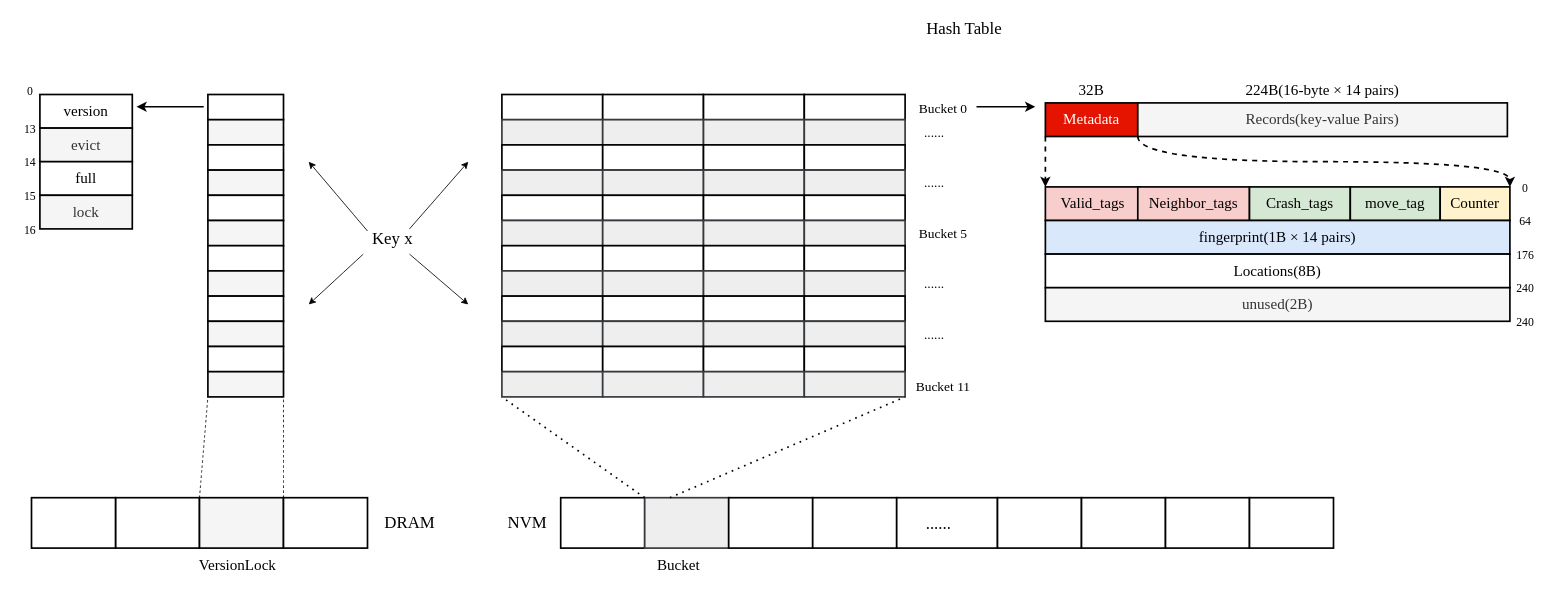
Earlier version of the draw.io diagram page "整体方案设计" (3 of 5) of drawio/overall.drawio (HustDsy/Picture). Source tidied: cells renumbered, new cells numbered last; positions are measured from the earlier drawing's top-left corner, leaving out a move shared by most shapes. Both pictures are drawn from the tidied source at 84%, with x=0, y=0 at pixel (14, 14).
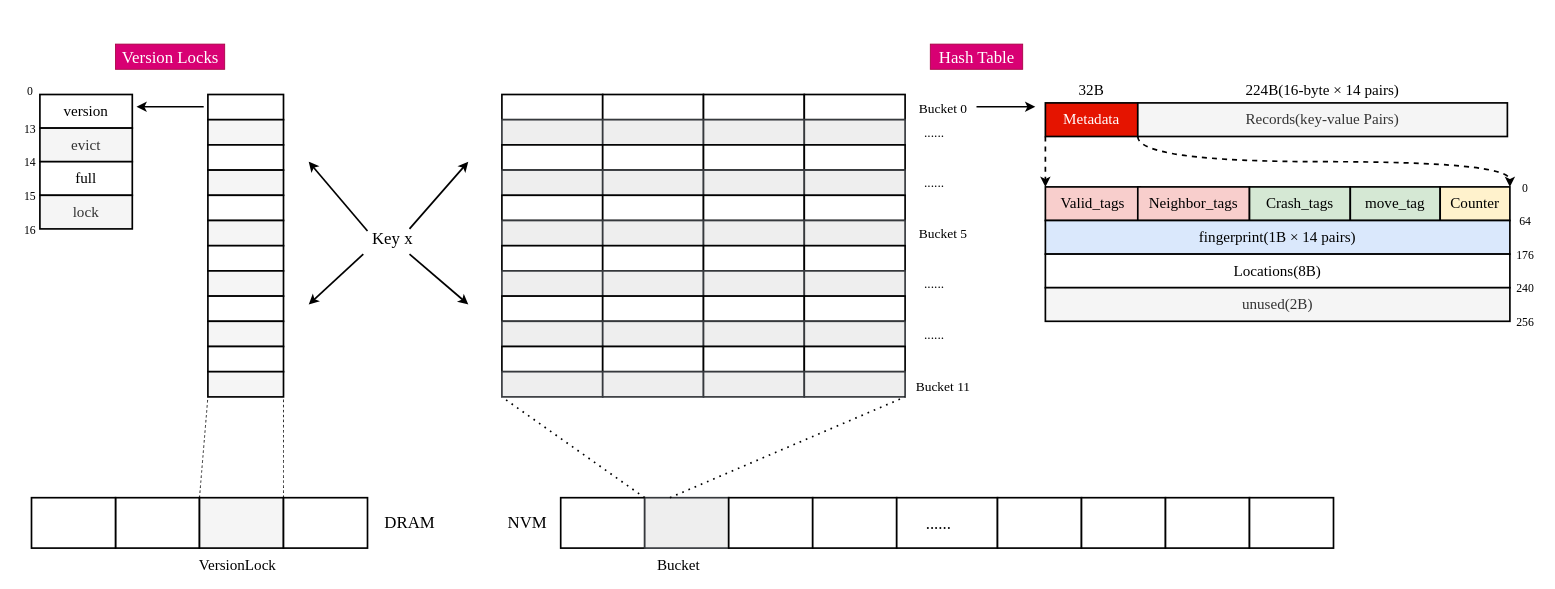
The same diagram, later.

Unchanged cells that the change refers to:
```xml
<mxCell id="86" value="Key x" style="text;html=1;strokeColor=none;fillColor=none;align=center;verticalAlign=middle;whiteSpace=wrap;rounded=0;fontFamily=Times New Roman;fontSize=20;" parent="1" vertex="1">
  <mxGeometry x="420" y="250" width="60" height="30" as="geometry" />
</mxCell>
```

Change to the diagram source:
```diff
@@
-    <mxCell id="85" value="Hash Table" style="text;html=1;align=center;verticalAlign=middle;strokeColor=none;fillColor=none;fontSize=20;fontFamily=Times New Roman;" parent="1" vertex="1">
-      <mxGeometry x="1075" width="110" height="30" as="geometry" />
+    <mxCell id="85" value="Hash Table" style="text;html=1;align=center;verticalAlign=middle;strokeColor=#A50040;fillColor=#d80073;fontSize=20;fontFamily=Times New Roman;fontColor=#ffffff;" parent="1" vertex="1">
+      <mxGeometry x="1090" y="35" width="110" height="30" as="geometry" />
     </mxCell>
@@
-    <mxCell id="87" style="endArrow=classic;html=1;rounded=0;fontFamily=Times New Roman;fontSize=20;curved=1;" parent="1" edge="1">
+    <mxCell id="87" style="endArrow=classic;html=1;rounded=0;fontFamily=Times New Roman;fontSize=20;curved=1;strokeWidth=2;" parent="1" edge="1">
       <mxGeometry relative="1" as="geometry">
         <mxPoint x="470" y="255" as="sourcePoint" />
         <mxPoint x="540" y="175" as="targetPoint" />
       </mxGeometry>
     </mxCell>
-    <mxCell id="88" style="endArrow=classic;html=1;rounded=0;fontFamily=Times New Roman;fontSize=20;curved=1;" parent="1" edge="1">
+    <mxCell id="88" style="endArrow=classic;html=1;rounded=0;fontFamily=Times New Roman;fontSize=20;curved=1;strokeWidth=2;" parent="1" edge="1">
       <mxGeometry relative="1" as="geometry">
         <mxPoint x="470" y="285" as="sourcePoint" />
         <mxPoint x="540" y="345" as="targetPoint" />
       </mxGeometry>
     </mxCell>
@@
-    <mxCell id="105" style="endArrow=classic;html=1;rounded=0;fontFamily=Times New Roman;fontSize=20;curved=1;exitX=0;exitY=0.25;exitDx=0;exitDy=0;" parent="1" edge="1" source="86">
+    <mxCell id="105" style="endArrow=classic;html=1;rounded=0;fontFamily=Times New Roman;fontSize=20;curved=1;exitX=0;exitY=0.25;exitDx=0;exitDy=0;strokeWidth=2;" parent="1" edge="1" source="86">
       <mxGeometry relative="1" as="geometry">
         <mxPoint x="350" y="175" as="targetPoint" />
       </mxGeometry>
     </mxCell>
-    <mxCell id="106" style="endArrow=classic;html=1;rounded=0;fontFamily=Times New Roman;fontSize=20;curved=1;" parent="1" edge="1">
+    <mxCell id="106" style="endArrow=classic;html=1;rounded=0;fontFamily=Times New Roman;fontSize=20;curved=1;strokeWidth=2;" parent="1" edge="1">
       <mxGeometry relative="1" as="geometry">
         <mxPoint x="415" y="285" as="sourcePoint" />
         <mxPoint x="350" y="345" as="targetPoint" />
       </mxGeometry>
     </mxCell>
@@
-    <mxCell id="126" value="&lt;span style=&quot;font-size: 14px&quot;&gt;240&lt;/span&gt;" style="text;html=1;strokeColor=none;fillColor=none;align=center;verticalAlign=middle;whiteSpace=wrap;rounded=0;fontFamily=Times New Roman;fontSize=18;" parent="1" vertex="1">
+    <mxCell id="126" value="&lt;span style=&quot;font-size: 14px&quot;&gt;256&lt;/span&gt;" style="text;html=1;strokeColor=none;fillColor=none;align=center;verticalAlign=middle;whiteSpace=wrap;rounded=0;fontFamily=Times New Roman;fontSize=18;" parent="1" vertex="1">
       <mxGeometry x="1780" y="355" width="37" height="20" as="geometry" />
     </mxCell>
+    <mxCell id="127" value="Version Locks" style="text;html=1;align=center;verticalAlign=middle;strokeColor=#A50040;fillColor=#d80073;fontSize=20;fontFamily=Times New Roman;fontColor=#ffffff;" parent="1" vertex="1">
+      <mxGeometry x="120" y="35" width="130" height="30" as="geometry" />
+    </mxCell>
```
